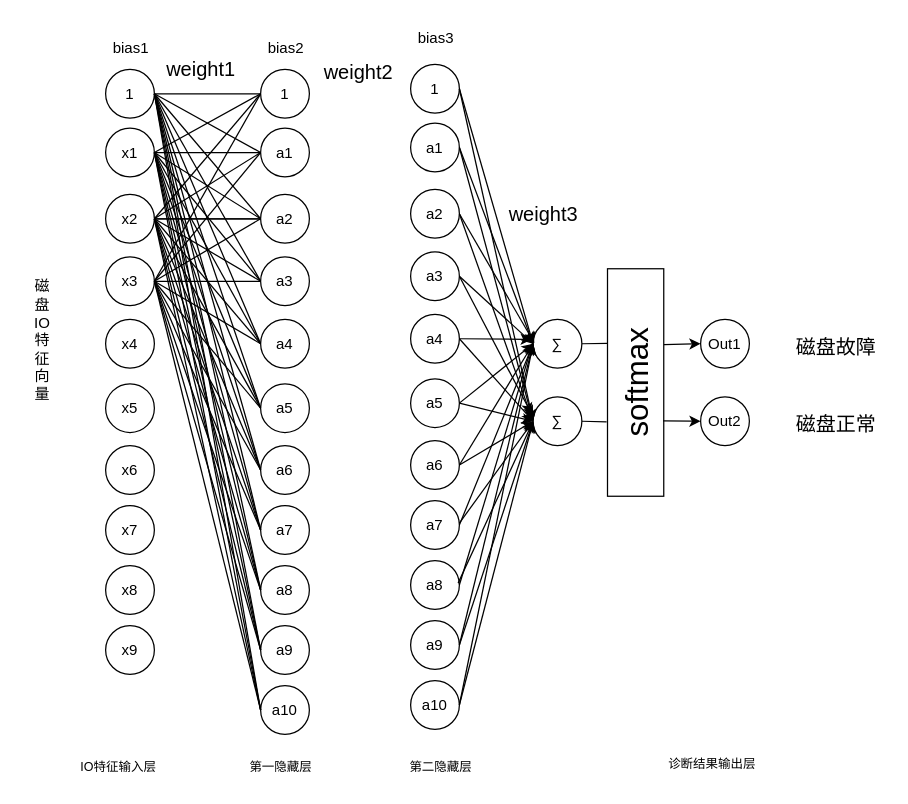
yihezhou/diagrams keeps this draw.io diagram as 专利-神经网络结构.drawio. Above is the earlier version. Source tidied: cells renumbered, new cells numbered last; positions are measured from the earlier drawing's top-left corner, leaving out a move shared by most shapes. Both pictures are drawn from the tidied source at 125%, with x=0, y=0 at pixel (21, 21).
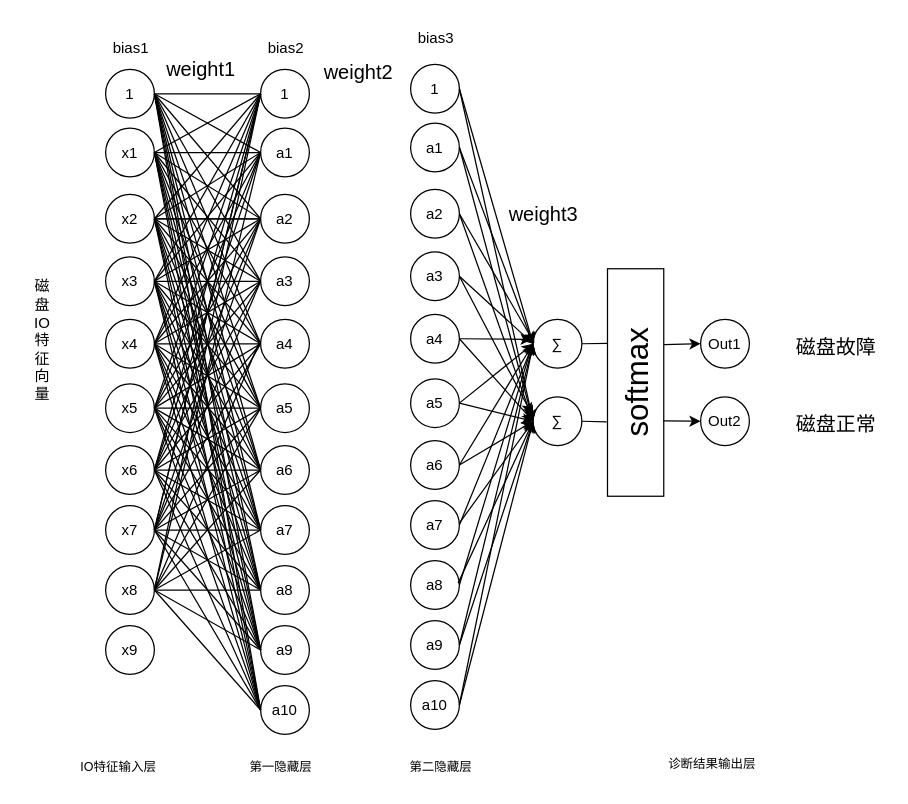
After the change.

Commit message (it also covers changes not shown here):
更新专利-神经网络结构.drawio

Unchanged cells that the change refers to:
```xml
<mxCell id="5" value="x4" style="ellipse;whiteSpace=wrap;html=1;" parent="1" vertex="1">
  <mxGeometry x="67" y="238" width="39" height="39" as="geometry" />
</mxCell>
<mxCell id="6" value="x5" style="ellipse;whiteSpace=wrap;html=1;" parent="1" vertex="1">
  <mxGeometry x="67" y="289.5" width="39" height="39" as="geometry" />
</mxCell>
<mxCell id="7" value="x6" style="ellipse;whiteSpace=wrap;html=1;" parent="1" vertex="1">
  <mxGeometry x="67" y="339" width="39" height="39" as="geometry" />
</mxCell>
<mxCell id="8" value="x7" style="ellipse;whiteSpace=wrap;html=1;" parent="1" vertex="1">
  <mxGeometry x="67" y="387" width="39" height="39" as="geometry" />
</mxCell>
<mxCell id="9" value="x8" style="ellipse;whiteSpace=wrap;html=1;" parent="1" vertex="1">
  <mxGeometry x="67" y="435" width="39" height="39" as="geometry" />
</mxCell>
<mxCell id="14" value="a1" style="ellipse;whiteSpace=wrap;html=1;" parent="1" vertex="1">
  <mxGeometry x="191" y="85" width="39" height="39" as="geometry" />
</mxCell>
<mxCell id="15" value="a2" style="ellipse;whiteSpace=wrap;html=1;" parent="1" vertex="1">
  <mxGeometry x="191" y="138" width="39" height="39" as="geometry" />
</mxCell>
<mxCell id="16" value="a3" style="ellipse;whiteSpace=wrap;html=1;" parent="1" vertex="1">
  <mxGeometry x="191" y="188" width="39" height="39" as="geometry" />
</mxCell>
<mxCell id="17" value="a4" style="ellipse;whiteSpace=wrap;html=1;" parent="1" vertex="1">
  <mxGeometry x="191" y="238" width="39" height="39" as="geometry" />
</mxCell>
<mxCell id="18" value="a5" style="ellipse;whiteSpace=wrap;html=1;" parent="1" vertex="1">
  <mxGeometry x="191" y="289.5" width="39" height="39" as="geometry" />
</mxCell>
<mxCell id="19" value="a6" style="ellipse;whiteSpace=wrap;html=1;" parent="1" vertex="1">
  <mxGeometry x="191" y="339" width="39" height="39" as="geometry" />
</mxCell>
<mxCell id="20" value="a7" style="ellipse;whiteSpace=wrap;html=1;" parent="1" vertex="1">
  <mxGeometry x="191" y="387" width="39" height="39" as="geometry" />
</mxCell>
<mxCell id="21" value="a8" style="ellipse;whiteSpace=wrap;html=1;" parent="1" vertex="1">
  <mxGeometry x="191" y="435" width="39" height="39" as="geometry" />
</mxCell>
<mxCell id="22" value="a9" style="ellipse;whiteSpace=wrap;html=1;" parent="1" vertex="1">
  <mxGeometry x="191" y="483" width="39" height="39" as="geometry" />
</mxCell>
<mxCell id="23" value="1" style="ellipse;whiteSpace=wrap;html=1;" parent="1" vertex="1">
  <mxGeometry x="191" y="38" width="39" height="39" as="geometry" />
</mxCell>
<mxCell id="25" value="a10" style="ellipse;whiteSpace=wrap;html=1;" parent="1" vertex="1">
  <mxGeometry x="191" y="531" width="39" height="39" as="geometry" />
</mxCell>
```

The edit, as a diff of the source:
```diff
@@
+    <mxCell id="123" style="endArrow=none;html=1;rounded=0;exitX=1;exitY=0.5;exitDx=0;exitDy=0;entryX=0;entryY=0.5;entryDx=0;entryDy=0;" parent="1" edge="1" source="5" target="23">
+      <mxGeometry relative="1" as="geometry" />
+    </mxCell>
+    <mxCell id="124" style="endArrow=none;html=1;rounded=0;exitX=1;exitY=0.5;exitDx=0;exitDy=0;entryX=0;entryY=0.5;entryDx=0;entryDy=0;" parent="1" edge="1" source="5" target="14">
+      <mxGeometry relative="1" as="geometry" />
+    </mxCell>
+    <mxCell id="125" style="endArrow=none;html=1;rounded=0;exitX=1;exitY=0.5;exitDx=0;exitDy=0;entryX=0;entryY=0.5;entryDx=0;entryDy=0;" parent="1" edge="1" source="5" target="15">
+      <mxGeometry relative="1" as="geometry" />
+    </mxCell>
+    <mxCell id="126" style="endArrow=none;html=1;rounded=0;exitX=1;exitY=0.5;exitDx=0;exitDy=0;entryX=0;entryY=0.5;entryDx=0;entryDy=0;" parent="1" edge="1" source="5" target="16">
+      <mxGeometry relative="1" as="geometry" />
+    </mxCell>
+    <mxCell id="127" style="endArrow=none;html=1;rounded=0;exitX=1;exitY=0.5;exitDx=0;exitDy=0;entryX=0;entryY=0.5;entryDx=0;entryDy=0;" parent="1" edge="1" source="5" target="17">
+      <mxGeometry relative="1" as="geometry" />
+    </mxCell>
+    <mxCell id="128" style="endArrow=none;html=1;rounded=0;exitX=1;exitY=0.5;exitDx=0;exitDy=0;entryX=0;entryY=0.5;entryDx=0;entryDy=0;" parent="1" edge="1" source="5" target="18">
+      <mxGeometry relative="1" as="geometry" />
+    </mxCell>
+    <mxCell id="129" style="endArrow=none;html=1;rounded=0;exitX=1;exitY=0.5;exitDx=0;exitDy=0;entryX=0;entryY=0.5;entryDx=0;entryDy=0;" parent="1" edge="1" source="5" target="19">
+      <mxGeometry relative="1" as="geometry" />
+    </mxCell>
+    <mxCell id="130" style="endArrow=none;html=1;rounded=0;exitX=1;exitY=0.5;exitDx=0;exitDy=0;entryX=0;entryY=0.5;entryDx=0;entryDy=0;" parent="1" edge="1" source="5" target="20">
+      <mxGeometry relative="1" as="geometry" />
+    </mxCell>
+    <mxCell id="131" style="endArrow=none;html=1;rounded=0;exitX=1;exitY=0.5;exitDx=0;exitDy=0;entryX=0;entryY=0.5;entryDx=0;entryDy=0;" parent="1" edge="1" source="5" target="21">
+      <mxGeometry relative="1" as="geometry" />
+    </mxCell>
+    <mxCell id="132" style="endArrow=none;html=1;rounded=0;exitX=1;exitY=0.5;exitDx=0;exitDy=0;entryX=0;entryY=0.5;entryDx=0;entryDy=0;" parent="1" edge="1" source="5" target="22">
+      <mxGeometry relative="1" as="geometry" />
+    </mxCell>
+    <mxCell id="133" style="endArrow=none;html=1;rounded=0;exitX=1;exitY=0.5;exitDx=0;exitDy=0;entryX=0;entryY=0.5;entryDx=0;entryDy=0;" parent="1" edge="1" source="5" target="25">
+      <mxGeometry relative="1" as="geometry" />
+    </mxCell>
+    <mxCell id="134" style="endArrow=none;html=1;rounded=0;exitX=1;exitY=0.5;exitDx=0;exitDy=0;entryX=0;entryY=0.5;entryDx=0;entryDy=0;" parent="1" edge="1" source="6" target="23">
+      <mxGeometry relative="1" as="geometry" />
+    </mxCell>
+    <mxCell id="135" style="endArrow=none;html=1;rounded=0;exitX=1;exitY=0.5;exitDx=0;exitDy=0;entryX=0;entryY=0.5;entryDx=0;entryDy=0;" parent="1" edge="1" source="6" target="14">
+      <mxGeometry relative="1" as="geometry" />
+    </mxCell>
+    <mxCell id="136" style="endArrow=none;html=1;rounded=0;exitX=1;exitY=0.5;exitDx=0;exitDy=0;entryX=0;entryY=0.5;entryDx=0;entryDy=0;" parent="1" edge="1" source="6" target="15">
+      <mxGeometry relative="1" as="geometry" />
+    </mxCell>
+    <mxCell id="137" style="endArrow=none;html=1;rounded=0;exitX=1;exitY=0.5;exitDx=0;exitDy=0;entryX=0;entryY=0.5;entryDx=0;entryDy=0;" parent="1" edge="1" source="6" target="16">
+      <mxGeometry relative="1" as="geometry" />
+    </mxCell>
+    <mxCell id="138" style="endArrow=none;html=1;rounded=0;exitX=1;exitY=0.5;exitDx=0;exitDy=0;entryX=0;entryY=0.5;entryDx=0;entryDy=0;" parent="1" edge="1" source="6" target="17">
+      <mxGeometry relative="1" as="geometry" />
+    </mxCell>
+    <mxCell id="139" style="endArrow=none;html=1;rounded=0;exitX=1;exitY=0.5;exitDx=0;exitDy=0;entryX=0;entryY=0.5;entryDx=0;entryDy=0;" parent="1" edge="1" source="6" target="18">
+      <mxGeometry relative="1" as="geometry" />
+    </mxCell>
+    <mxCell id="140" style="endArrow=none;html=1;rounded=0;exitX=1;exitY=0.5;exitDx=0;exitDy=0;entryX=0;entryY=0.5;entryDx=0;entryDy=0;" parent="1" edge="1" source="6" target="19">
+      <mxGeometry relative="1" as="geometry" />
+    </mxCell>
+    <mxCell id="141" style="endArrow=none;html=1;rounded=0;exitX=1;exitY=0.5;exitDx=0;exitDy=0;entryX=0;entryY=0.5;entryDx=0;entryDy=0;" parent="1" edge="1" source="6" target="20">
+      <mxGeometry relative="1" as="geometry" />
+    </mxCell>
+    <mxCell id="142" style="endArrow=none;html=1;rounded=0;exitX=1;exitY=0.5;exitDx=0;exitDy=0;entryX=0;entryY=0.5;entryDx=0;entryDy=0;" parent="1" edge="1" source="6" target="21">
+      <mxGeometry relative="1" as="geometry" />
+    </mxCell>
+    <mxCell id="143" style="endArrow=none;html=1;rounded=0;exitX=1;exitY=0.5;exitDx=0;exitDy=0;entryX=0;entryY=0.5;entryDx=0;entryDy=0;" parent="1" edge="1" source="6" target="22">
+      <mxGeometry relative="1" as="geometry" />
+    </mxCell>
+    <mxCell id="144" style="endArrow=none;html=1;rounded=0;exitX=1;exitY=0.5;exitDx=0;exitDy=0;entryX=0;entryY=0.5;entryDx=0;entryDy=0;" parent="1" edge="1" source="6" target="25">
+      <mxGeometry relative="1" as="geometry" />
+    </mxCell>
+    <mxCell id="145" style="endArrow=none;html=1;rounded=0;exitX=1;exitY=0.5;exitDx=0;exitDy=0;entryX=0;entryY=0.5;entryDx=0;entryDy=0;" parent="1" edge="1" source="7" target="23">
+      <mxGeometry relative="1" as="geometry" />
+    </mxCell>
+    <mxCell id="146" style="endArrow=none;html=1;rounded=0;exitX=1;exitY=0.5;exitDx=0;exitDy=0;entryX=0;entryY=0.5;entryDx=0;entryDy=0;" parent="1" edge="1" source="7" target="14">
+      <mxGeometry relative="1" as="geometry" />
+    </mxCell>
+    <mxCell id="147" style="endArrow=none;html=1;rounded=0;exitX=1;exitY=0.5;exitDx=0;exitDy=0;entryX=0;entryY=0.5;entryDx=0;entryDy=0;" parent="1" edge="1" source="7" target="15">
+      <mxGeometry relative="1" as="geometry" />
+    </mxCell>
+    <mxCell id="148" style="endArrow=none;html=1;rounded=0;exitX=1;exitY=0.5;exitDx=0;exitDy=0;entryX=0;entryY=0.5;entryDx=0;entryDy=0;" parent="1" edge="1" source="7" target="16">
+      <mxGeometry relative="1" as="geometry" />
+    </mxCell>
+    <mxCell id="149" style="endArrow=none;html=1;rounded=0;exitX=1;exitY=0.5;exitDx=0;exitDy=0;entryX=0;entryY=0.5;entryDx=0;entryDy=0;" parent="1" edge="1" source="7" target="17">
+      <mxGeometry relative="1" as="geometry" />
+    </mxCell>
+    <mxCell id="150" style="endArrow=none;html=1;rounded=0;exitX=1;exitY=0.5;exitDx=0;exitDy=0;entryX=0;entryY=0.5;entryDx=0;entryDy=0;" parent="1" edge="1" source="7" target="18">
+      <mxGeometry relative="1" as="geometry" />
+    </mxCell>
+    <mxCell id="151" style="endArrow=none;html=1;rounded=0;exitX=1;exitY=0.5;exitDx=0;exitDy=0;entryX=0;entryY=0.5;entryDx=0;entryDy=0;" parent="1" edge="1" source="7" target="19">
+      <mxGeometry relative="1" as="geometry" />
+    </mxCell>
+    <mxCell id="152" style="endArrow=none;html=1;rounded=0;exitX=1;exitY=0.5;exitDx=0;exitDy=0;entryX=0;entryY=0.5;entryDx=0;entryDy=0;" parent="1" edge="1" source="7" target="20">
+      <mxGeometry relative="1" as="geometry" />
+    </mxCell>
+    <mxCell id="153" style="endArrow=none;html=1;rounded=0;exitX=1;exitY=0.5;exitDx=0;exitDy=0;entryX=0;entryY=0.5;entryDx=0;entryDy=0;" parent="1" edge="1" source="7" target="21">
+      <mxGeometry relative="1" as="geometry" />
+    </mxCell>
+    <mxCell id="154" style="endArrow=none;html=1;rounded=0;exitX=1;exitY=0.5;exitDx=0;exitDy=0;entryX=0;entryY=0.5;entryDx=0;entryDy=0;" parent="1" edge="1" source="7" target="22">
+      <mxGeometry relative="1" as="geometry" />
+    </mxCell>
+    <mxCell id="155" style="endArrow=none;html=1;rounded=0;exitX=1;exitY=0.5;exitDx=0;exitDy=0;entryX=0;entryY=0.5;entryDx=0;entryDy=0;" parent="1" edge="1" source="7" target="25">
+      <mxGeometry relative="1" as="geometry" />
+    </mxCell>
+    <mxCell id="156" style="endArrow=none;html=1;rounded=0;exitX=1;exitY=0.5;exitDx=0;exitDy=0;entryX=0;entryY=0.5;entryDx=0;entryDy=0;" parent="1" edge="1" source="8" target="23">
+      <mxGeometry relative="1" as="geometry" />
+    </mxCell>
+    <mxCell id="157" style="endArrow=none;html=1;rounded=0;exitX=1;exitY=0.5;exitDx=0;exitDy=0;entryX=0;entryY=0.5;entryDx=0;entryDy=0;" parent="1" edge="1" source="8" target="23">
+      <mxGeometry relative="1" as="geometry" />
+    </mxCell>
+    <mxCell id="158" style="endArrow=none;html=1;rounded=0;exitX=1;exitY=0.5;exitDx=0;exitDy=0;entryX=0;entryY=0.5;entryDx=0;entryDy=0;" parent="1" edge="1" source="8" target="15">
+      <mxGeometry relative="1" as="geometry" />
+    </mxCell>
+    <mxCell id="159" style="endArrow=none;html=1;rounded=0;exitX=1;exitY=0.5;exitDx=0;exitDy=0;entryX=0;entryY=0.5;entryDx=0;entryDy=0;" parent="1" edge="1" source="8" target="16">
+      <mxGeometry relative="1" as="geometry" />
+    </mxCell>
+    <mxCell id="160" style="endArrow=none;html=1;rounded=0;exitX=1;exitY=0.5;exitDx=0;exitDy=0;entryX=0;entryY=0.5;entryDx=0;entryDy=0;" parent="1" edge="1" source="8" target="17">
+      <mxGeometry relative="1" as="geometry" />
+    </mxCell>
+    <mxCell id="161" style="endArrow=none;html=1;rounded=0;exitX=1;exitY=0.5;exitDx=0;exitDy=0;entryX=0;entryY=0.5;entryDx=0;entryDy=0;" parent="1" edge="1" source="8" target="18">
+      <mxGeometry relative="1" as="geometry" />
+    </mxCell>
+    <mxCell id="162" style="endArrow=none;html=1;rounded=0;exitX=1;exitY=0.5;exitDx=0;exitDy=0;entryX=0;entryY=0.5;entryDx=0;entryDy=0;" parent="1" edge="1" source="8" target="19">
+      <mxGeometry relative="1" as="geometry" />
+    </mxCell>
+    <mxCell id="163" style="endArrow=none;html=1;rounded=0;exitX=1;exitY=0.5;exitDx=0;exitDy=0;entryX=0;entryY=0.5;entryDx=0;entryDy=0;" parent="1" edge="1" source="8" target="20">
+      <mxGeometry relative="1" as="geometry" />
+    </mxCell>
+    <mxCell id="164" style="endArrow=none;html=1;rounded=0;exitX=1;exitY=0.5;exitDx=0;exitDy=0;entryX=0;entryY=0.5;entryDx=0;entryDy=0;" parent="1" edge="1" source="8" target="21">
+      <mxGeometry relative="1" as="geometry" />
+    </mxCell>
+    <mxCell id="165" style="endArrow=none;html=1;rounded=0;exitX=1;exitY=0.5;exitDx=0;exitDy=0;entryX=0;entryY=0.5;entryDx=0;entryDy=0;" parent="1" edge="1" source="8" target="22">
+      <mxGeometry relative="1" as="geometry" />
+    </mxCell>
+    <mxCell id="166" style="endArrow=none;html=1;rounded=0;exitX=1;exitY=0.5;exitDx=0;exitDy=0;entryX=0;entryY=0.5;entryDx=0;entryDy=0;" parent="1" edge="1" source="8" target="25">
+      <mxGeometry relative="1" as="geometry" />
+    </mxCell>
+    <mxCell id="167" style="endArrow=none;html=1;rounded=0;exitX=1;exitY=0.5;exitDx=0;exitDy=0;entryX=0;entryY=0.5;entryDx=0;entryDy=0;" parent="1" edge="1" source="9" target="23">
+      <mxGeometry relative="1" as="geometry" />
+    </mxCell>
+    <mxCell id="168" style="endArrow=none;html=1;rounded=0;exitX=1;exitY=0.5;exitDx=0;exitDy=0;entryX=0;entryY=0.5;entryDx=0;entryDy=0;" parent="1" edge="1" source="9" target="14">
+      <mxGeometry relative="1" as="geometry" />
+    </mxCell>
+    <mxCell id="169" style="endArrow=none;html=1;rounded=0;exitX=1;exitY=0.5;exitDx=0;exitDy=0;" parent="1" edge="1" source="9">
+      <mxGeometry relative="1" as="geometry">
+        <mxPoint x="190" y="256" as="targetPoint" />
+      </mxGeometry>
+    </mxCell>
+    <mxCell id="170" style="endArrow=none;html=1;rounded=0;exitX=1;exitY=0.5;exitDx=0;exitDy=0;entryX=0;entryY=0.5;entryDx=0;entryDy=0;" parent="1" edge="1" source="9" target="18">
+      <mxGeometry relative="1" as="geometry" />
+    </mxCell>
+    <mxCell id="171" style="endArrow=none;html=1;rounded=0;exitX=1;exitY=0.5;exitDx=0;exitDy=0;entryX=0;entryY=0.5;entryDx=0;entryDy=0;" parent="1" edge="1" source="9" target="19">
+      <mxGeometry relative="1" as="geometry" />
+    </mxCell>
+    <mxCell id="172" style="endArrow=none;html=1;rounded=0;exitX=1;exitY=0.5;exitDx=0;exitDy=0;entryX=0;entryY=0.5;entryDx=0;entryDy=0;" parent="1" edge="1" source="9" target="20">
+      <mxGeometry relative="1" as="geometry" />
+    </mxCell>
+    <mxCell id="173" style="endArrow=none;html=1;rounded=0;exitX=1;exitY=0.5;exitDx=0;exitDy=0;entryX=0;entryY=0.5;entryDx=0;entryDy=0;" parent="1" edge="1" source="9" target="21">
+      <mxGeometry relative="1" as="geometry" />
+    </mxCell>
+    <mxCell id="174" style="endArrow=none;html=1;rounded=0;exitX=1;exitY=0.5;exitDx=0;exitDy=0;entryX=0;entryY=0.5;entryDx=0;entryDy=0;" parent="1" edge="1" source="9" target="22">
+      <mxGeometry relative="1" as="geometry" />
+    </mxCell>
+    <mxCell id="175" style="endArrow=none;html=1;rounded=0;exitX=1;exitY=0.5;exitDx=0;exitDy=0;entryX=0;entryY=0.5;entryDx=0;entryDy=0;" parent="1" edge="1" source="9" target="25">
+      <mxGeometry relative="1" as="geometry" />
+    </mxCell>
```
